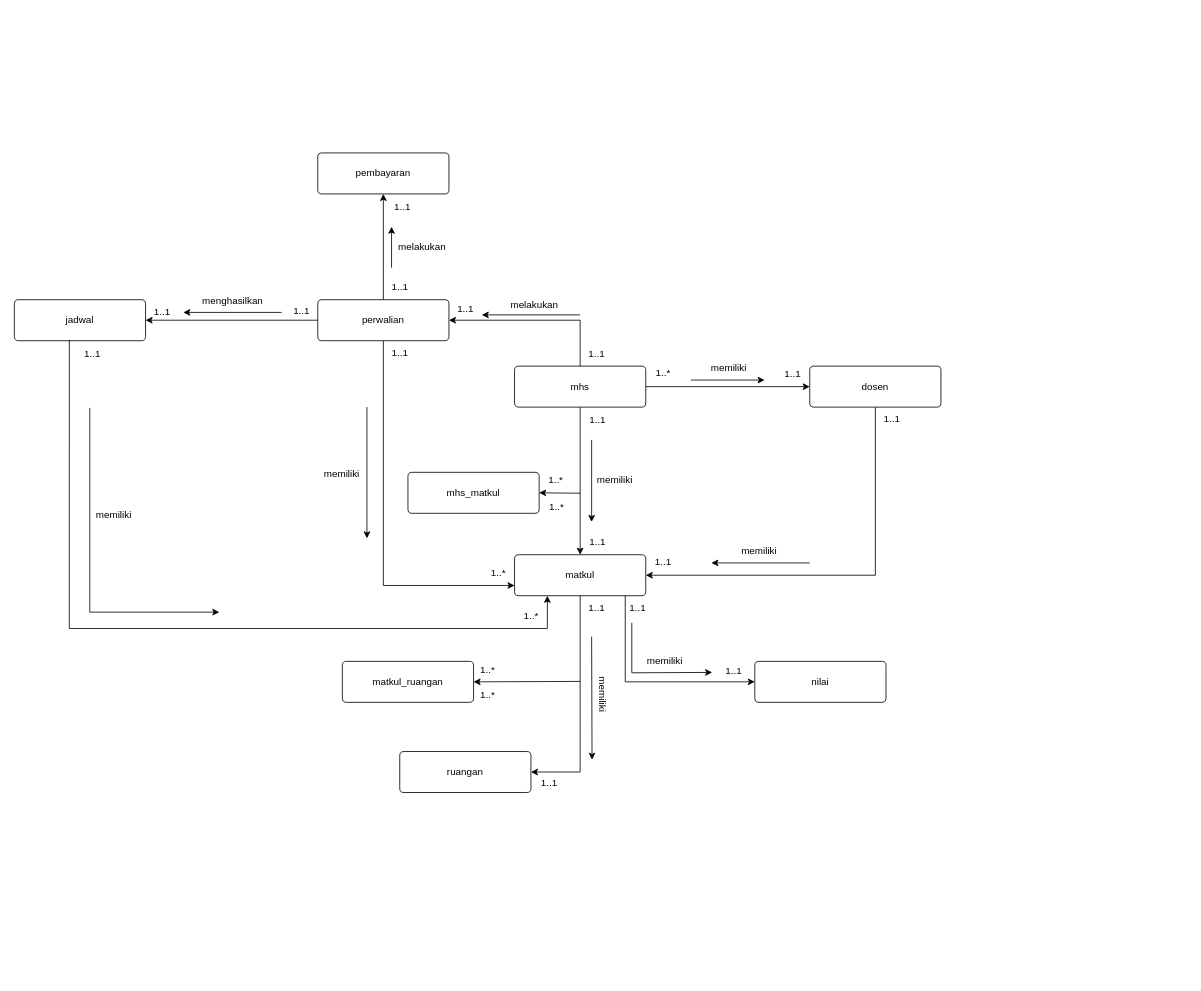
Usri-Yusron/ItenasAllTrdErdDds keeps this draw.io diagram as UTS Basdat Lanjut.drawio. Above is the earlier version. Source tidied: cells renumbered, new cells numbered last; positions are measured from the earlier drawing's top-left corner, leaving out a move shared by most shapes. Both pictures are drawn from the tidied source at 82%, with x=0, y=0 at pixel (14, 153).
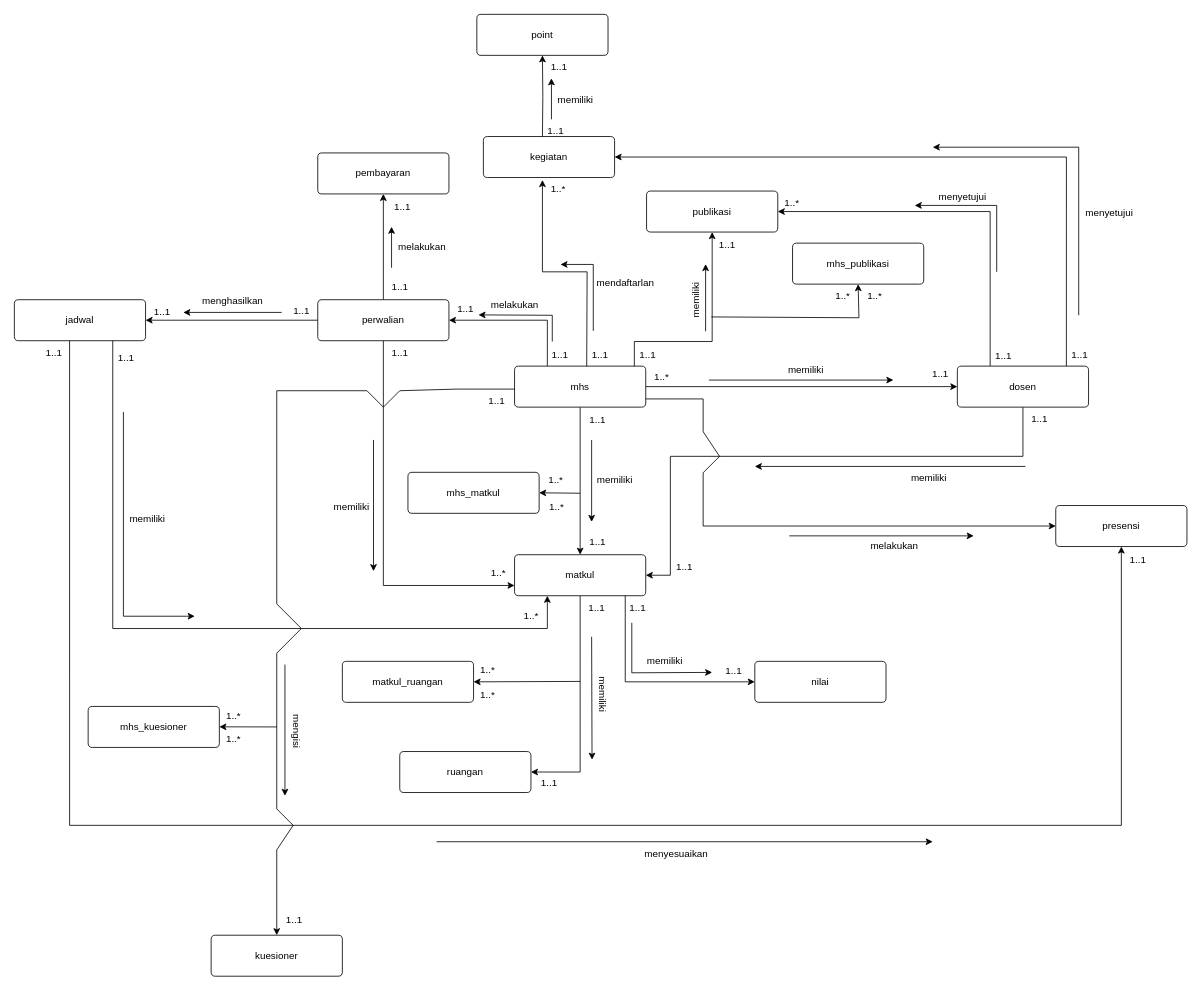
The same page after the edit.

Commit message:
ERD V.2 (penambahan presensi&skk)

The change refers to these unchanged cells:
```xml
<mxCell id="5" value="mhs" style="rounded=1;arcSize=10;whiteSpace=wrap;html=1;align=center;" parent="1" vertex="1">
  <mxGeometry x="610" y="260" width="160" height="50" as="geometry" />
</mxCell>
<mxCell id="13" value="matkul" style="rounded=1;arcSize=10;whiteSpace=wrap;html=1;align=center;" parent="1" vertex="1">
  <mxGeometry x="610" y="490" width="160" height="50" as="geometry" />
</mxCell>
<mxCell id="28" value="perwalian" style="rounded=1;arcSize=10;whiteSpace=wrap;html=1;align=center;" parent="1" vertex="1">
  <mxGeometry x="370" y="179" width="160" height="50" as="geometry" />
</mxCell>
<mxCell id="53" value="jadwal" style="rounded=1;arcSize=10;whiteSpace=wrap;html=1;align=center;" parent="1" vertex="1">
  <mxGeometry y="179" width="160" height="50" as="geometry" />
</mxCell>
```

Diff of the diagram source:
```diff
@@
-    <mxCell id="4" style="edgeStyle=orthogonalEdgeStyle;rounded=0;jettySize=auto;html=1;entryX=1;entryY=0.5;entryDx=0;entryDy=0;exitX=0.5;exitY=0;exitDx=0;exitDy=0;" parent="1" edge="1" source="5" target="28">
+    <mxCell id="4" style="edgeStyle=orthogonalEdgeStyle;rounded=0;jettySize=auto;html=1;entryX=1;entryY=0.5;entryDx=0;entryDy=0;exitX=0.25;exitY=0;exitDx=0;exitDy=0;" parent="1" edge="1" source="5" target="28">
       <mxGeometry relative="1" as="geometry" />
     </mxCell>
+    <mxCell id="68" style="edgeStyle=orthogonalEdgeStyle;rounded=0;jettySize=auto;html=1;entryX=0.5;entryY=1;entryDx=0;entryDy=0;exitX=0.913;exitY=0.06;exitDx=0;exitDy=0;exitPerimeter=0;" parent="1" edge="1" source="5" target="73">
+      <mxGeometry relative="1" as="geometry">
+        <Array as="points">
+          <mxPoint x="756" y="230" />
+          <mxPoint x="851" y="230" />
+        </Array>
+      </mxGeometry>
+    </mxCell>
@@
     <mxCell id="6" style="edgeStyle=orthogonalEdgeStyle;rounded=0;jettySize=auto;html=1;entryX=1;entryY=0.5;entryDx=0;entryDy=0;exitX=0.5;exitY=1;exitDx=0;exitDy=0;" parent="1" edge="1" source="7" target="13">
-      <mxGeometry relative="1" as="geometry" />
+      <mxGeometry relative="1" as="geometry">
+        <Array as="points">
+          <mxPoint x="1230" y="370" />
+          <mxPoint x="800" y="370" />
+          <mxPoint x="800" y="515" />
+        </Array>
+      </mxGeometry>
     </mxCell>
+    <mxCell id="69" style="edgeStyle=orthogonalEdgeStyle;rounded=0;jettySize=auto;html=1;entryX=1;entryY=0.5;entryDx=0;entryDy=0;exitX=0.831;exitY=0;exitDx=0;exitDy=0;exitPerimeter=0;" parent="1" edge="1" source="7" target="85">
+      <mxGeometry relative="1" as="geometry" />
+    </mxCell>
+    <mxCell id="70" style="edgeStyle=orthogonalEdgeStyle;rounded=0;jettySize=auto;html=1;exitX=0.25;exitY=0;exitDx=0;exitDy=0;entryX=1;entryY=0.5;entryDx=0;entryDy=0;" parent="1" edge="1" source="7" target="73">
+      <mxGeometry relative="1" as="geometry" />
+    </mxCell>
     <mxCell id="7" value="dosen" style="rounded=1;arcSize=10;whiteSpace=wrap;html=1;align=center;" parent="1" vertex="1">
-      <mxGeometry x="970" y="260" width="160" height="50" as="geometry" />
+      <mxGeometry x="1150" y="260" width="160" height="50" as="geometry" />
     </mxCell>
     <mxCell id="8" style="endArrow=classic;html=1;rounded=0;" parent="1" edge="1">
       <mxGeometry relative="1" as="geometry">
-        <mxPoint x="825" y="277" as="sourcePoint" />
-        <mxPoint x="915" y="277" as="targetPoint" />
+        <mxPoint x="847" y="277" as="sourcePoint" />
+        <mxPoint x="1072" y="277" as="targetPoint" />
       </mxGeometry>
     </mxCell>
     <mxCell id="9" value="memiliki" style="text;html=1;align=center;verticalAlign=middle;strokeColor=none;fillColor=none;" parent="1" vertex="1">
-      <mxGeometry x="836" y="248" width="70" height="30" as="geometry" />
+      <mxGeometry x="930" y="250" width="70" height="30" as="geometry" />
     </mxCell>
     <mxCell id="10" value="1..1" style="text;html=1;align=center;verticalAlign=middle;strokeColor=none;fillColor=none;" parent="1" vertex="1">
-      <mxGeometry x="929" y="255" width="40" height="30" as="geometry" />
+      <mxGeometry x="1109" y="255" width="40" height="30" as="geometry" />
     </mxCell>
     <mxCell id="11" value="1..*" style="text;html=1;align=center;verticalAlign=middle;strokeColor=none;fillColor=none;" parent="1" vertex="1">
-      <mxGeometry x="771" y="254" width="40" height="30" as="geometry" />
+      <mxGeometry x="769" y="258" width="40" height="30" as="geometry" />
     </mxCell>
@@
     <mxCell id="22" style="endArrow=classic;html=1;rounded=0;" parent="1" edge="1">
       <mxGeometry relative="1" as="geometry">
-        <mxPoint x="970" y="500" as="sourcePoint" />
-        <mxPoint x="850" y="500" as="targetPoint" />
+        <mxPoint x="1233" y="382.3" as="sourcePoint" />
+        <mxPoint x="903" y="382.3" as="targetPoint" />
       </mxGeometry>
     </mxCell>
     <mxCell id="23" value="memiliki" style="text;html=1;align=center;verticalAlign=middle;strokeColor=none;fillColor=none;" parent="1" vertex="1">
-      <mxGeometry x="873" y="470" width="70" height="30" as="geometry" />
+      <mxGeometry x="1080" y="380.5" width="70" height="30" as="geometry" />
     </mxCell>
     <mxCell id="24" value="1..1" style="text;html=1;align=center;verticalAlign=middle;strokeColor=none;fillColor=none;" parent="1" vertex="1">
-      <mxGeometry x="771" y="484" width="40" height="30" as="geometry" />
+      <mxGeometry x="797" y="490" width="40" height="30" as="geometry" />
     </mxCell>
@@
     <mxCell id="29" value="melakukan" style="text;html=1;align=center;verticalAlign=middle;strokeColor=none;fillColor=none;" parent="1" vertex="1">
-      <mxGeometry x="594" y="170" width="80" height="30" as="geometry" />
+      <mxGeometry x="570" y="171" width="80" height="30" as="geometry" />
     </mxCell>
@@
     <mxCell id="31" value="1..1" style="text;html=1;align=center;verticalAlign=middle;strokeColor=none;fillColor=none;" parent="1" vertex="1">
-      <mxGeometry x="690" y="230" width="40" height="30" as="geometry" />
+      <mxGeometry x="645" y="231" width="40" height="30" as="geometry" />
     </mxCell>
     <mxCell id="32" style="endArrow=classic;html=1;rounded=0;" parent="1" edge="1">
       <mxGeometry relative="1" as="geometry">
-        <mxPoint x="690" y="197.5" as="sourcePoint" />
-        <mxPoint x="570" y="197.5" as="targetPoint" />
+        <mxPoint x="656" y="230" as="sourcePoint" />
+        <mxPoint x="566" y="197.5" as="targetPoint" />
+        <Array as="points">
+          <mxPoint x="656" y="198" />
+        </Array>
       </mxGeometry>
     </mxCell>
     <mxCell id="33" style="endArrow=classic;html=1;rounded=0;" parent="1" edge="1">
       <mxGeometry relative="1" as="geometry">
-        <mxPoint x="430" y="310" as="sourcePoint" />
-        <mxPoint x="430" y="470" as="targetPoint" />
+        <mxPoint x="438" y="350" as="sourcePoint" />
+        <mxPoint x="438" y="510" as="targetPoint" />
       </mxGeometry>
     </mxCell>
     <mxCell id="34" value="memiliki" style="text;html=1;align=center;verticalAlign=middle;strokeColor=none;fillColor=none;" parent="1" vertex="1">
-      <mxGeometry x="364" y="377" width="70" height="30" as="geometry" />
+      <mxGeometry x="376" y="416.5" width="70" height="30" as="geometry" />
     </mxCell>
@@
     <mxCell id="37" value="1..1" style="text;html=1;align=center;verticalAlign=middle;strokeColor=none;fillColor=none;" parent="1" vertex="1">
-      <mxGeometry x="1050" y="310" width="40" height="30" as="geometry" />
+      <mxGeometry x="1230" y="310" width="40" height="30" as="geometry" />
     </mxCell>
@@
+    <mxCell id="71" style="edgeStyle=orthogonalEdgeStyle;rounded=0;jettySize=auto;html=1;entryX=0.5;entryY=1;entryDx=0;entryDy=0;exitX=0.421;exitY=0.991;exitDx=0;exitDy=0;exitPerimeter=0;" parent="1" edge="1" source="53" target="100">
+      <mxGeometry relative="1" as="geometry">
+        <Array as="points">
+          <mxPoint x="67" y="820" />
+          <mxPoint x="1350" y="820" />
+        </Array>
+      </mxGeometry>
+    </mxCell>
@@
     <mxCell id="58" style="endArrow=classic;html=1;rounded=0;" parent="1" edge="1">
       <mxGeometry relative="1" as="geometry">
-        <mxPoint x="92" y="311" as="sourcePoint" />
-        <mxPoint x="250" y="560" as="targetPoint" />
+        <mxPoint x="133" y="316" as="sourcePoint" />
+        <mxPoint x="220" y="565" as="targetPoint" />
         <Array as="points">
-          <mxPoint x="92" y="560" />
+          <mxPoint x="133" y="565" />
         </Array>
       </mxGeometry>
     </mxCell>
     <mxCell id="59" value="memiliki" style="text;html=1;align=center;verticalAlign=middle;strokeColor=none;fillColor=none;" parent="1" vertex="1">
-      <mxGeometry x="86" y="427" width="70" height="30" as="geometry" />
+      <mxGeometry x="127" y="432" width="70" height="30" as="geometry" />
     </mxCell>
@@
-    <mxCell id="61" style="edgeStyle=orthogonalEdgeStyle;rounded=0;jettySize=auto;html=1;entryX=0.25;entryY=1;entryDx=0;entryDy=0;exitX=0.419;exitY=0.98;exitDx=0;exitDy=0;exitPerimeter=0;" parent="1" edge="1" source="53" target="13">
+    <mxCell id="61" style="edgeStyle=orthogonalEdgeStyle;rounded=0;jettySize=auto;html=1;entryX=0.25;entryY=1;entryDx=0;entryDy=0;exitX=0.75;exitY=1;exitDx=0;exitDy=0;" parent="1" edge="1" source="53" target="13">
       <mxGeometry relative="1" as="geometry">
         <Array as="points">
-          <mxPoint x="67" y="580" />
+          <mxPoint x="120" y="580" />
           <mxPoint x="650" y="580" />
         </Array>
       </mxGeometry>
     </mxCell>
     <mxCell id="62" value="1..1" style="text;html=1;align=center;verticalAlign=middle;strokeColor=none;fillColor=none;" parent="1" vertex="1">
-      <mxGeometry x="75" y="230" width="40" height="30" as="geometry" />
+      <mxGeometry x="116" y="235" width="40" height="30" as="geometry" />
     </mxCell>
@@
+    <mxCell id="72" style="edgeStyle=orthogonalEdgeStyle;rounded=0;jettySize=auto;html=1;entryX=0.5;entryY=1;entryDx=0;entryDy=0;" parent="1" edge="1" target="80">
+      <mxGeometry relative="1" as="geometry">
+        <mxPoint x="644" y="-19" as="sourcePoint" />
+      </mxGeometry>
+    </mxCell>
+    <mxCell id="73" value="publikasi" style="rounded=1;arcSize=10;whiteSpace=wrap;html=1;align=center;" parent="1" vertex="1">
+      <mxGeometry x="771" y="46.5" width="160" height="50" as="geometry" />
+    </mxCell>
+    <mxCell id="74" value="1..1" style="text;html=1;align=center;verticalAlign=middle;strokeColor=none;fillColor=none;" parent="1" vertex="1">
+      <mxGeometry x="849" y="96.5" width="40" height="30" as="geometry" />
+    </mxCell>
+    <mxCell id="75" value="memiliki" style="text;html=1;align=center;verticalAlign=middle;strokeColor=none;fillColor=none;rotation=-90;" parent="1" vertex="1">
+      <mxGeometry x="797" y="165" width="70" height="30" as="geometry" />
+    </mxCell>
+    <mxCell id="76" value="1..1" style="text;html=1;align=center;verticalAlign=middle;strokeColor=none;fillColor=none;" parent="1" vertex="1">
+      <mxGeometry x="752" y="231" width="40" height="30" as="geometry" />
+    </mxCell>
+    <mxCell id="77" value="menyetujui" style="text;html=1;align=center;verticalAlign=middle;strokeColor=none;fillColor=none;" parent="1" vertex="1">
+      <mxGeometry x="1295" y="58" width="80" height="30" as="geometry" />
+    </mxCell>
+    <mxCell id="78" style="endArrow=classic;html=1;rounded=0;" parent="1" edge="1">
+      <mxGeometry relative="1" as="geometry">
+        <mxPoint x="1298" y="198" as="sourcePoint" />
+        <mxPoint x="1120" y="-7" as="targetPoint" />
+        <Array as="points">
+          <mxPoint x="1298" y="-7" />
+        </Array>
+      </mxGeometry>
+    </mxCell>
+    <mxCell id="79" value="1..1" style="text;html=1;align=center;verticalAlign=middle;strokeColor=none;fillColor=none;" parent="1" vertex="1">
+      <mxGeometry x="1279" y="232" width="40" height="30" as="geometry" />
+    </mxCell>
+    <mxCell id="80" value="point" style="rounded=1;arcSize=10;whiteSpace=wrap;html=1;align=center;" parent="1" vertex="1">
+      <mxGeometry x="564" y="-169" width="160" height="50" as="geometry" />
+    </mxCell>
+    <mxCell id="81" value="memiliki" style="text;html=1;align=center;verticalAlign=middle;strokeColor=none;fillColor=none;" parent="1" vertex="1">
+      <mxGeometry x="649" y="-79" width="70" height="30" as="geometry" />
+    </mxCell>
+    <mxCell id="82" style="endArrow=classic;html=1;rounded=0;" parent="1" edge="1">
+      <mxGeometry relative="1" as="geometry">
+        <mxPoint x="655" y="-41" as="sourcePoint" />
+        <mxPoint x="655" y="-91" as="targetPoint" />
+      </mxGeometry>
+    </mxCell>
+    <mxCell id="83" value="1..1" style="text;html=1;align=center;verticalAlign=middle;strokeColor=none;fillColor=none;" parent="1" vertex="1">
+      <mxGeometry x="644" y="-120" width="40" height="30" as="geometry" />
+    </mxCell>
+    <mxCell id="84" value="1..1" style="text;html=1;align=center;verticalAlign=middle;strokeColor=none;fillColor=none;" parent="1" vertex="1">
+      <mxGeometry x="640" y="-41" width="40" height="30" as="geometry" />
+    </mxCell>
+    <mxCell id="85" value="kegiatan" style="rounded=1;arcSize=10;whiteSpace=wrap;html=1;align=center;" parent="1" vertex="1">
+      <mxGeometry x="572" y="-20" width="160" height="50" as="geometry" />
+    </mxCell>
+    <mxCell id="86" style="edgeStyle=orthogonalEdgeStyle;rounded=0;jettySize=auto;html=1;entryX=0.45;entryY=1.06;entryDx=0;entryDy=0;entryPerimeter=0;" parent="1" edge="1" target="85">
+      <mxGeometry relative="1" as="geometry">
+        <mxPoint x="698" y="260" as="sourcePoint" />
+      </mxGeometry>
+    </mxCell>
+    <mxCell id="87" value="mendaftarlan" style="text;html=1;align=center;verticalAlign=middle;strokeColor=none;fillColor=none;" parent="1" vertex="1">
+      <mxGeometry x="700" y="144" width="90" height="30" as="geometry" />
+    </mxCell>
+    <mxCell id="88" style="endArrow=classic;html=1;rounded=0;" parent="1" edge="1">
+      <mxGeometry relative="1" as="geometry">
+        <mxPoint x="706" y="217" as="sourcePoint" />
+        <mxPoint x="666" y="136" as="targetPoint" />
+        <Array as="points">
+          <mxPoint x="706" y="136" />
+        </Array>
+      </mxGeometry>
+    </mxCell>
+    <mxCell id="89" value="1..*" style="text;html=1;align=center;verticalAlign=middle;strokeColor=none;fillColor=none;" parent="1" vertex="1">
+      <mxGeometry x="643" y="29" width="40" height="30" as="geometry" />
+    </mxCell>
+    <mxCell id="90" value="1..1" style="text;html=1;align=center;verticalAlign=middle;strokeColor=none;fillColor=none;" parent="1" vertex="1">
+      <mxGeometry x="694" y="232" width="40" height="30" as="geometry" />
+    </mxCell>
+    <mxCell id="91" style="endArrow=classic;html=1;rounded=0;" parent="1" edge="1">
+      <mxGeometry relative="1" as="geometry">
+        <mxPoint x="843" y="217.5" as="sourcePoint" />
+        <mxPoint x="843" y="135.5" as="targetPoint" />
+      </mxGeometry>
+    </mxCell>
+    <mxCell id="92" value="mhs_publikasi" style="rounded=1;arcSize=10;whiteSpace=wrap;html=1;align=center;" parent="1" vertex="1">
+      <mxGeometry x="949" y="110" width="160" height="50" as="geometry" />
+    </mxCell>
+    <mxCell id="93" style="endArrow=classic;html=1;rounded=0;entryX=0.5;entryY=1;entryDx=0;entryDy=0;" parent="1" edge="1" target="92">
+      <mxGeometry relative="1" as="geometry">
+        <mxPoint x="850" y="200" as="sourcePoint" />
+        <Array as="points">
+          <mxPoint x="1030" y="201" />
+        </Array>
+      </mxGeometry>
+    </mxCell>
+    <mxCell id="94" value="1..*" style="text;html=1;align=center;verticalAlign=middle;strokeColor=none;fillColor=none;" parent="1" vertex="1">
+      <mxGeometry x="990" y="160" width="40" height="30" as="geometry" />
+    </mxCell>
+    <mxCell id="95" value="1..*" style="text;html=1;align=center;verticalAlign=middle;strokeColor=none;fillColor=none;" parent="1" vertex="1">
+      <mxGeometry x="1029" y="160" width="40" height="30" as="geometry" />
+    </mxCell>
+    <mxCell id="96" value="menyetujui" style="text;html=1;align=center;verticalAlign=middle;strokeColor=none;fillColor=none;" parent="1" vertex="1">
+      <mxGeometry x="1116" y="38.5" width="80" height="30" as="geometry" />
+    </mxCell>
+    <mxCell id="97" style="endArrow=classic;html=1;rounded=0;" parent="1" edge="1">
+      <mxGeometry relative="1" as="geometry">
+        <mxPoint x="1198" y="145" as="sourcePoint" />
+        <mxPoint x="1098" y="64" as="targetPoint" />
+        <Array as="points">
+          <mxPoint x="1198" y="64" />
+        </Array>
+      </mxGeometry>
+    </mxCell>
+    <mxCell id="98" value="1..*" style="text;html=1;align=center;verticalAlign=middle;strokeColor=none;fillColor=none;" parent="1" vertex="1">
+      <mxGeometry x="928" y="46" width="40" height="30" as="geometry" />
+    </mxCell>
+    <mxCell id="99" value="1..1" style="text;html=1;align=center;verticalAlign=middle;strokeColor=none;fillColor=none;" parent="1" vertex="1">
+      <mxGeometry x="1186" y="233" width="40" height="30" as="geometry" />
+    </mxCell>
+    <mxCell id="100" value="presensi" style="rounded=1;arcSize=10;whiteSpace=wrap;html=1;align=center;" parent="1" vertex="1">
+      <mxGeometry x="1270" y="430" width="160" height="50" as="geometry" />
+    </mxCell>
+    <mxCell id="101" style="endArrow=classic;html=1;rounded=0;entryX=0;entryY=0.5;entryDx=0;entryDy=0;" parent="1" edge="1" target="100">
+      <mxGeometry relative="1" as="geometry">
+        <mxPoint x="770" y="300" as="sourcePoint" />
+        <Array as="points">
+          <mxPoint x="840" y="300" />
+          <mxPoint x="840" y="340" />
+          <mxPoint x="860" y="370" />
+          <mxPoint x="840" y="390" />
+          <mxPoint x="840" y="455" />
+        </Array>
+      </mxGeometry>
+    </mxCell>
+    <mxCell id="102" style="endArrow=classic;html=1;rounded=0;" parent="1" edge="1">
+      <mxGeometry relative="1" as="geometry">
+        <mxPoint x="945" y="467" as="sourcePoint" />
+        <mxPoint x="1170" y="467" as="targetPoint" />
+      </mxGeometry>
+    </mxCell>
+    <mxCell id="103" value="melakukan" style="text;html=1;align=center;verticalAlign=middle;strokeColor=none;fillColor=none;" parent="1" vertex="1">
+      <mxGeometry x="1033" y="465" width="80" height="30" as="geometry" />
+    </mxCell>
+    <mxCell id="104" value="menyesuaikan" style="text;html=1;align=center;verticalAlign=middle;strokeColor=none;fillColor=none;" parent="1" vertex="1">
+      <mxGeometry x="757" y="840" width="100" height="30" as="geometry" />
+    </mxCell>
+    <mxCell id="105" style="endArrow=classic;html=1;rounded=0;" parent="1" edge="1">
+      <mxGeometry relative="1" as="geometry">
+        <mxPoint x="515" y="840" as="sourcePoint" />
+        <mxPoint x="1120" y="840" as="targetPoint" />
+      </mxGeometry>
+    </mxCell>
+    <mxCell id="106" value="1..1" style="text;html=1;align=center;verticalAlign=middle;strokeColor=none;fillColor=none;" parent="1" vertex="1">
+      <mxGeometry x="1350" y="482" width="40" height="30" as="geometry" />
+    </mxCell>
+    <mxCell id="107" value="1..1" style="text;html=1;align=center;verticalAlign=middle;strokeColor=none;fillColor=none;" parent="1" vertex="1">
+      <mxGeometry x="28" y="229" width="40" height="30" as="geometry" />
+    </mxCell>
+    <mxCell id="108" value="kuesioner" style="rounded=1;arcSize=10;whiteSpace=wrap;html=1;align=center;" parent="1" vertex="1">
+      <mxGeometry x="240" y="954" width="160" height="50" as="geometry" />
+    </mxCell>
+    <mxCell id="109" style="endArrow=classic;html=1;rounded=0;entryX=0.5;entryY=0;entryDx=0;entryDy=0;" parent="1" edge="1" target="108">
+      <mxGeometry relative="1" as="geometry">
+        <mxPoint x="610" y="288" as="sourcePoint" />
+        <Array as="points">
+          <mxPoint x="540" y="288" />
+          <mxPoint x="470" y="290" />
+          <mxPoint x="450" y="310" />
+          <mxPoint x="430" y="290" />
+          <mxPoint x="320" y="290" />
+          <mxPoint x="320" y="550" />
+          <mxPoint x="350" y="580" />
+          <mxPoint x="320" y="610" />
+          <mxPoint x="320" y="800" />
+          <mxPoint x="340" y="820" />
+          <mxPoint x="320" y="850" />
+        </Array>
+      </mxGeometry>
+    </mxCell>
+    <mxCell id="110" value="mengisi" style="text;html=1;align=center;verticalAlign=middle;strokeColor=none;fillColor=none;rotation=90;" parent="1" vertex="1">
+      <mxGeometry x="314" y="690" width="60" height="30" as="geometry" />
+    </mxCell>
+    <mxCell id="111" style="endArrow=classic;html=1;rounded=0;" parent="1" edge="1">
+      <mxGeometry relative="1" as="geometry">
+        <mxPoint x="330" y="624" as="sourcePoint" />
+        <mxPoint x="330" y="784" as="targetPoint" />
+      </mxGeometry>
+    </mxCell>
+    <mxCell id="112" value="1..1" style="text;html=1;align=center;verticalAlign=middle;strokeColor=none;fillColor=none;" parent="1" vertex="1">
+      <mxGeometry x="321" y="920" width="40" height="30" as="geometry" />
+    </mxCell>
+    <mxCell id="113" value="1..1" style="text;html=1;align=center;verticalAlign=middle;strokeColor=none;fillColor=none;" parent="1" vertex="1">
+      <mxGeometry x="568" y="288" width="40" height="30" as="geometry" />
+    </mxCell>
+    <mxCell id="114" value="mhs_kuesioner" style="rounded=1;arcSize=10;whiteSpace=wrap;html=1;align=center;" parent="1" vertex="1">
+      <mxGeometry x="90" y="675" width="160" height="50" as="geometry" />
+    </mxCell>
+    <mxCell id="115" style="endArrow=classic;html=1;rounded=0;entryX=1;entryY=0.5;entryDx=0;entryDy=0;" parent="1" edge="1">
+      <mxGeometry relative="1" as="geometry">
+        <mxPoint x="320" y="700" as="sourcePoint" />
+        <mxPoint x="250" y="699.9" as="targetPoint" />
+      </mxGeometry>
+    </mxCell>
+    <mxCell id="116" value="1..*" style="text;html=1;align=center;verticalAlign=middle;strokeColor=none;fillColor=none;" parent="1" vertex="1">
+      <mxGeometry x="247" y="672" width="40" height="30" as="geometry" />
+    </mxCell>
+    <mxCell id="117" value="1..*" style="text;html=1;align=center;verticalAlign=middle;strokeColor=none;fillColor=none;" parent="1" vertex="1">
+      <mxGeometry x="247" y="700" width="40" height="30" as="geometry" />
+    </mxCell>
```
